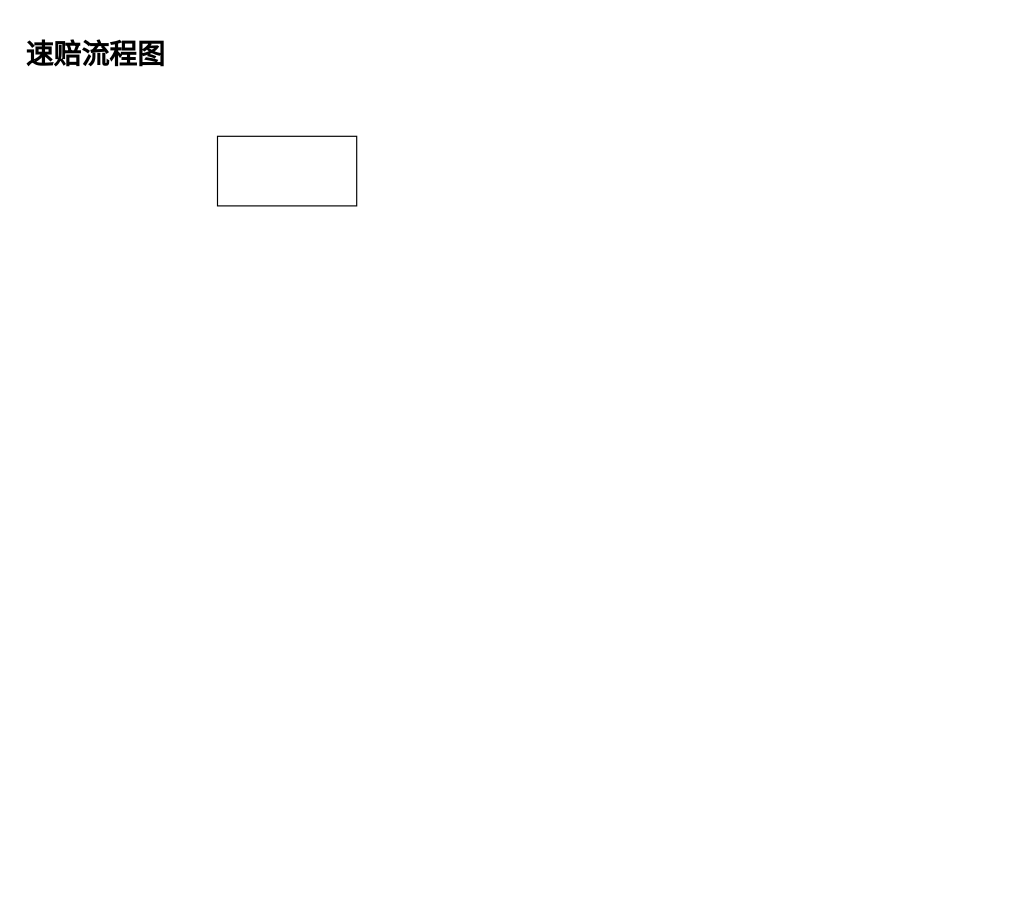
Earlier version of the draw.io diagram 未命名绘图.drawio (fangshigithub/Draw). Source tidied: cells renumbered, new cells numbered last; positions are measured from the earlier drawing's top-left corner, leaving out a move shared by most shapes. Both pictures are drawn from the tidied source at 116%, with x=0, y=0 at pixel (20, 31).
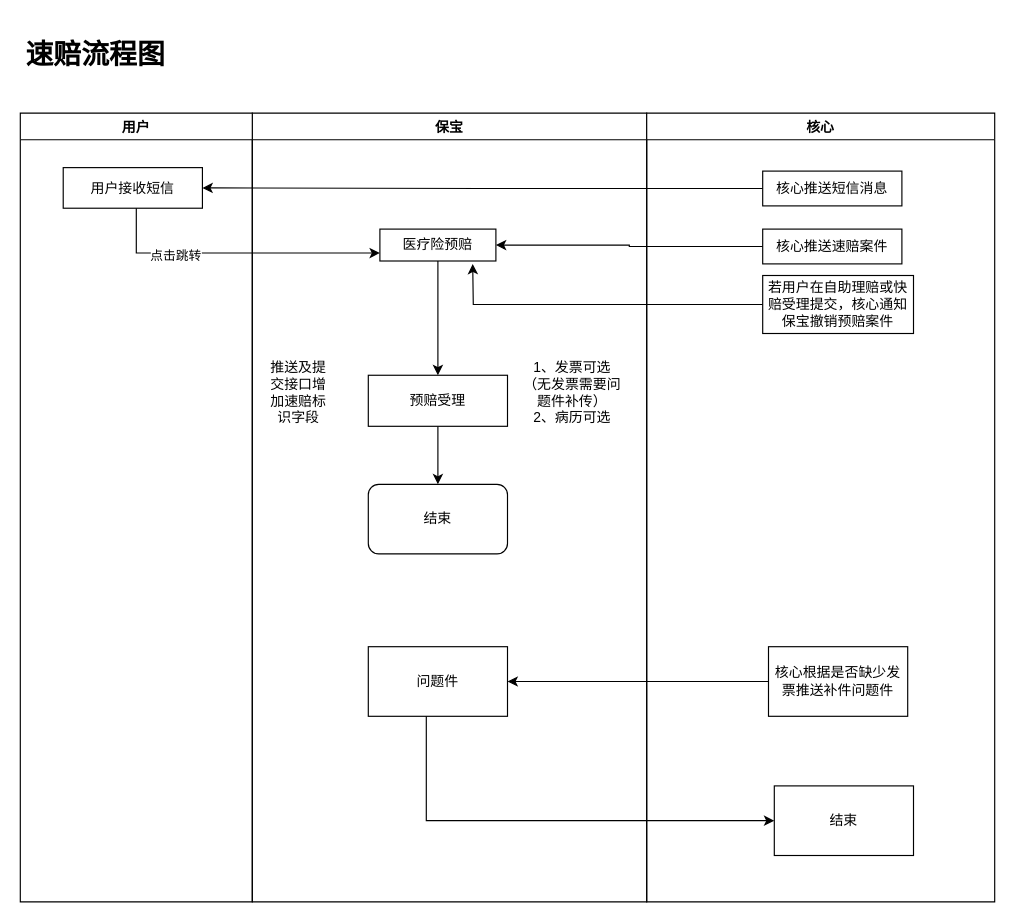
The same page after the edit.

Commit message:
更新未命名绘图.drawio

Diff of the diagram source:
```diff
@@
-    <mxCell id="2" style="rounded=0;whiteSpace=wrap;html=1;" parent="1" vertex="1">
-      <mxGeometry x="170" y="90" width="120" height="60" as="geometry" />
-    </mxCell>
@@
+    <mxCell id="4" value="保宝" style="swimlane;" parent="1" vertex="1">
+      <mxGeometry x="200" y="70" width="340" height="680" as="geometry" />
+    </mxCell>
+    <mxCell id="5" style="edgeStyle=orthogonalEdgeStyle;rounded=0;jettySize=auto;html=1;" parent="4" edge="1" source="6" target="8">
+      <mxGeometry relative="1" as="geometry" />
+    </mxCell>
+    <mxCell id="6" value="医疗险预赔" style="whiteSpace=wrap;html=1;rounded=0;" parent="4" vertex="1">
+      <mxGeometry x="110" y="100" width="100" height="27.5" as="geometry" />
+    </mxCell>
+    <mxCell id="7" style="edgeStyle=orthogonalEdgeStyle;rounded=0;jettySize=auto;html=1;" parent="4" edge="1" source="8" target="10">
+      <mxGeometry relative="1" as="geometry" />
+    </mxCell>
+    <mxCell id="8" value="预赔受理" style="whiteSpace=wrap;html=1;rounded=0;" parent="4" vertex="1">
+      <mxGeometry x="100" y="226" width="120" height="44" as="geometry" />
+    </mxCell>
+    <mxCell id="9" value="1、发票可选（无发票需要问题件补传）&lt;br&gt;2、病历可选" style="text;html=1;strokeColor=none;fillColor=none;align=center;verticalAlign=middle;whiteSpace=wrap;rounded=0;" parent="4" vertex="1">
+      <mxGeometry x="233" y="226" width="86" height="30" as="geometry" />
+    </mxCell>
+    <mxCell id="10" value="结束" style="rounded=1;whiteSpace=wrap;html=1;" parent="4" vertex="1">
+      <mxGeometry x="100" y="320" width="120" height="60" as="geometry" />
+    </mxCell>
+    <mxCell id="11" value="问题件" style="rounded=0;whiteSpace=wrap;html=1;" parent="4" vertex="1">
+      <mxGeometry x="100" y="460" width="120" height="60" as="geometry" />
+    </mxCell>
+    <mxCell id="12" value="推送及提交接口增加速赔标识字段" style="text;html=1;strokeColor=none;fillColor=none;align=center;verticalAlign=middle;whiteSpace=wrap;rounded=0;" parent="4" vertex="1">
+      <mxGeometry x="10" y="226" width="60" height="30" as="geometry" />
+    </mxCell>
+    <mxCell id="13" value="核心" style="swimlane;" parent="1" vertex="1">
+      <mxGeometry x="540" y="70" width="300" height="680" as="geometry" />
+    </mxCell>
+    <mxCell id="14" value="核心推送速赔案件" style="rounded=0;whiteSpace=wrap;html=1;" parent="13" vertex="1">
+      <mxGeometry x="100" y="100" width="120" height="30" as="geometry" />
+    </mxCell>
+    <mxCell id="15" value="核心推送短信消息" style="rounded=0;whiteSpace=wrap;html=1;" parent="13" vertex="1">
+      <mxGeometry x="100" y="50" width="120" height="30" as="geometry" />
+    </mxCell>
+    <mxCell id="16" value="若用户在自助理赔或快赔受理提交，核心通知保宝撤销预赔案件" style="rounded=0;whiteSpace=wrap;html=1;" parent="13" vertex="1">
+      <mxGeometry x="100" y="140" width="130" height="50" as="geometry" />
+    </mxCell>
+    <mxCell id="17" value="核心根据是否缺少发票推送补件问题件" style="rounded=0;whiteSpace=wrap;html=1;" parent="13" vertex="1">
+      <mxGeometry x="105" y="460" width="120" height="60" as="geometry" />
+    </mxCell>
+    <mxCell id="18" value="结束" style="rounded=0;whiteSpace=wrap;html=1;" parent="13" vertex="1">
+      <mxGeometry x="110" y="580" width="120" height="60" as="geometry" />
+    </mxCell>
+    <mxCell id="19" style="edgeStyle=orthogonalEdgeStyle;rounded=0;jettySize=auto;html=1;" parent="1" edge="1" source="15" target="22">
+      <mxGeometry relative="1" as="geometry" />
+    </mxCell>
+    <mxCell id="20" style="edgeStyle=orthogonalEdgeStyle;rounded=0;jettySize=auto;html=1;" parent="1" edge="1" source="14" target="6">
+      <mxGeometry relative="1" as="geometry" />
+    </mxCell>
+    <mxCell id="21" value="用户" style="swimlane;" parent="1" vertex="1">
+      <mxGeometry y="70" width="200" height="680" as="geometry" />
+    </mxCell>
+    <mxCell id="22" value="用户接收短信" style="whiteSpace=wrap;html=1;rounded=0;" parent="21" vertex="1">
+      <mxGeometry x="37" y="47" width="120" height="35" as="geometry" />
+    </mxCell>
+    <mxCell id="23" style="edgeStyle=orthogonalEdgeStyle;rounded=0;jettySize=auto;html=1;entryX=0;entryY=0.75;entryDx=0;entryDy=0;" parent="1" edge="1" source="22" target="6">
+      <mxGeometry relative="1" as="geometry">
+        <Array as="points">
+          <mxPoint x="100" y="191" />
+        </Array>
+      </mxGeometry>
+    </mxCell>
+    <mxCell id="24" value="点击跳转" style="edgeLabel;html=1;align=center;verticalAlign=middle;" parent="23" vertex="1">
+      <mxGeometry x="-0.42" y="-2" relative="1" as="geometry" />
+    </mxCell>
+    <mxCell id="25" style="edgeStyle=orthogonalEdgeStyle;rounded=0;jettySize=auto;html=1;" parent="1" edge="1" source="16">
+      <mxGeometry relative="1" as="geometry">
+        <mxPoint x="390" y="200" as="targetPoint" />
+      </mxGeometry>
+    </mxCell>
+    <mxCell id="26" style="edgeStyle=orthogonalEdgeStyle;rounded=0;jettySize=auto;html=1;" parent="1" edge="1" source="17" target="11">
+      <mxGeometry relative="1" as="geometry" />
+    </mxCell>
+    <mxCell id="27" style="edgeStyle=orthogonalEdgeStyle;rounded=0;jettySize=auto;html=1;entryX=0;entryY=0.5;entryDx=0;entryDy=0;" parent="1" edge="1" source="11" target="18">
+      <mxGeometry relative="1" as="geometry">
+        <Array as="points">
+          <mxPoint x="350" y="680" />
+        </Array>
+      </mxGeometry>
+    </mxCell>
```
